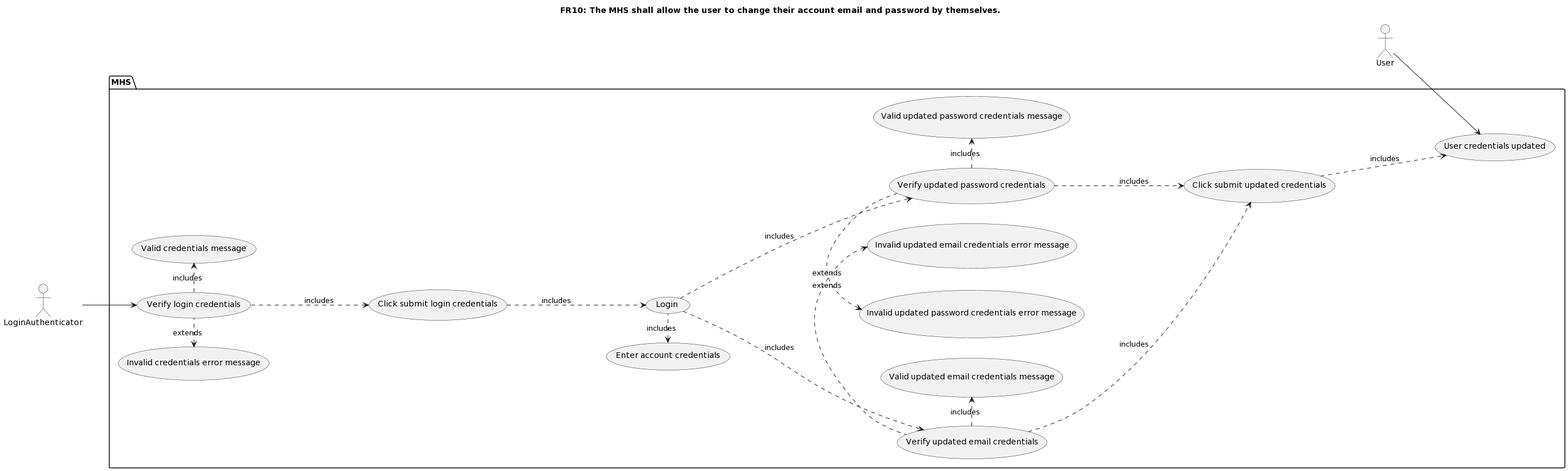
notkaramel/ECSE321-Mar1HotelSystem keeps this PlantUML diagram as documentation/UMLDiagrams/FR10.png. Above is the earlier version.
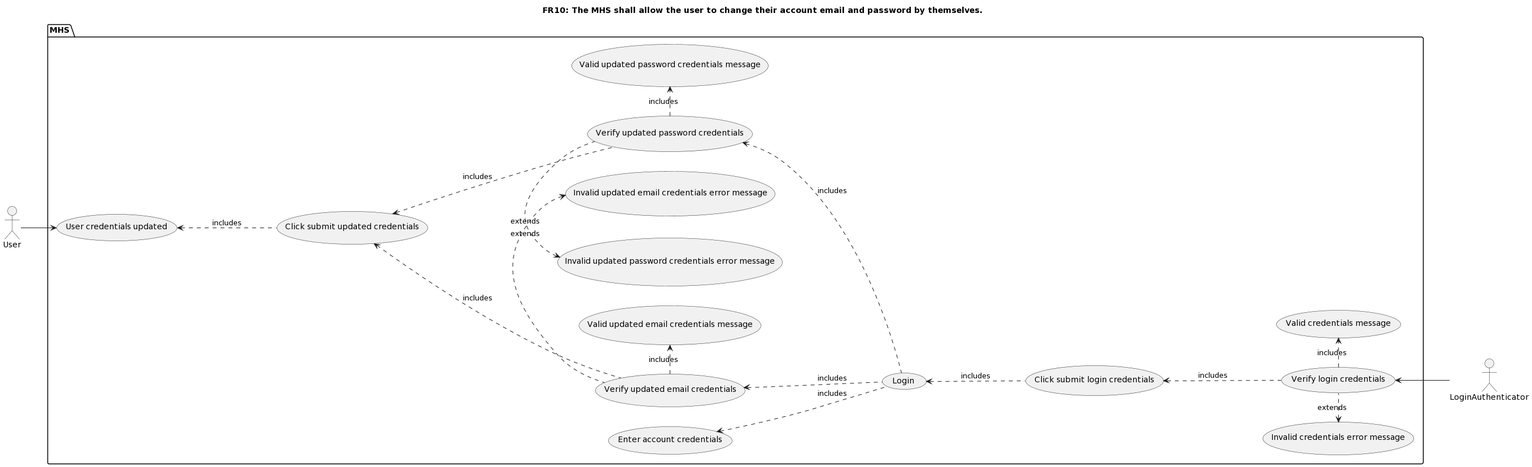
After the commit.

Diff of the diagram source:
```diff
@@ -23,20 +23,20 @@
 
 }
 
-a --> (Verify login credentials)
-(Verify login credentials) -left.-> (Invalid credentials error message): extends
-(Verify login credentials) -right.-> (Valid credentials message): includes
-(Verify login credentials) -.-> (Click submit login credentials): includes
-(Click submit login credentials) -.-> (Login): includes
-(Login) -left.-> (Enter account credentials): includes
-(Login) -.-> (Verify updated email credentials): includes
-(Login) -.-> (Verify updated password credentials): includes
-(Verify updated email credentials) -left.-> (Invalid updated email credentials error message): extends
-(Verify updated email credentials) -right.-> (Valid updated email credentials message): includes
-(Verify updated email credentials) -.-> (Click submit updated credentials): includes
-(Verify updated password credentials) -left.-> (Invalid updated password credentials error message): extends
-(Verify updated password credentials) -right.-> (Valid updated password credentials message): includes
-(Verify updated password credentials) -.-> (Click submit updated credentials): includes
-(Click submit updated credentials) -.-> (User credentials updated): includes
+(Verify login credentials) <-- a
+(Invalid credentials error message)<-.right- (Verify login credentials): extends
+(Valid credentials message) <-.left- (Verify login credentials): includes
+(Click submit login credentials) <-.- (Verify login credentials): includes
+(Login) <-.- (Click submit login credentials): includes
+(Enter account credentials) <-.- (Login): includes
+(Verify updated email credentials) <-.- (Login): includes
+(Verify updated password credentials) <-.- (Login): includes
+(Invalid updated email credentials error message) <-.right- (Verify updated email credentials): extends
+(Valid updated email credentials message) <-.left- (Verify updated email credentials): includes
+(Click submit updated credentials) <-.- (Verify updated email credentials): includes
+(Invalid updated password credentials error message) <-.right- (Verify updated password credentials): extends
+(Valid updated password credentials message) <-.left- (Verify updated password credentials): includes
+(Click submit updated credentials) <-.- (Verify updated password credentials): includes
+(User credentials updated) <-.- (Click submit updated credentials): includes
 u --> (User credentials updated)
 @enduml
```
